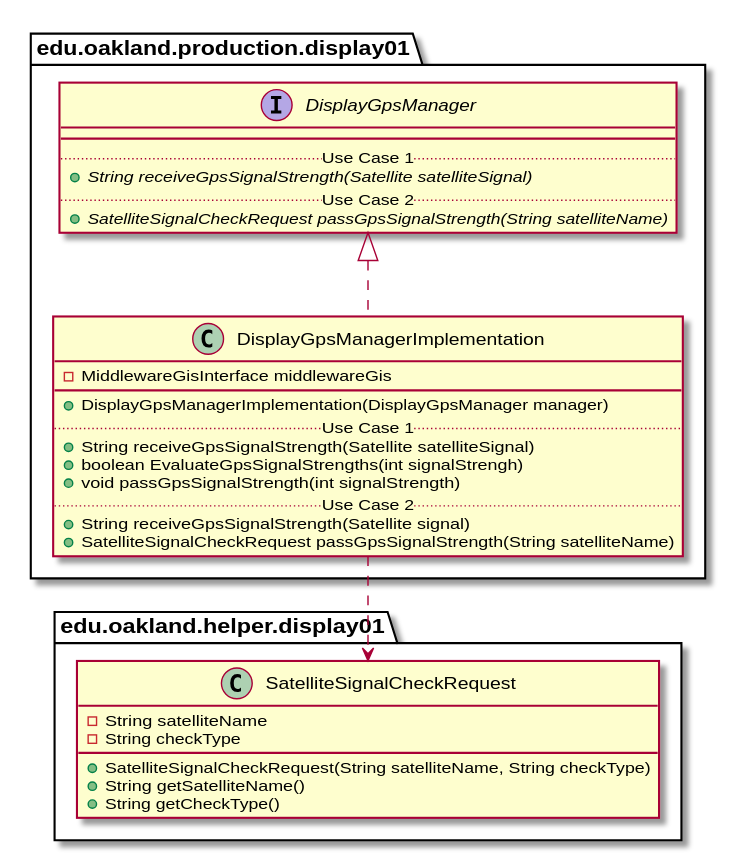
The PlantUML diagram docs/uml-class-diagrams/display01/production/DisplayGpsManagerImplementation/DisplayGpsManagerImplementation_Closure.svg in andrewdimmer/csi-3370-software-project, before a commit.
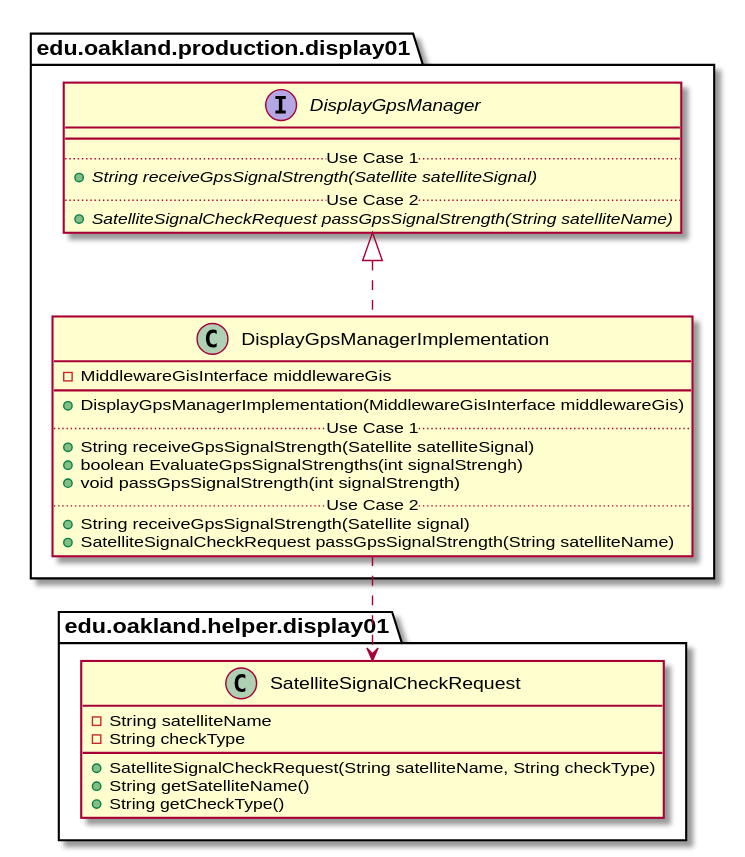
The same diagram one commit later.

The edit, as a diff of the source:
```diff
@@ -5,7 +5,7 @@
   class DisplayGpsManagerImplementation {
     - MiddlewareGisInterface middlewareGis
    __
-    + DisplayGpsManagerImplementation(DisplayGpsManager manager)
+    + DisplayGpsManagerImplementation(MiddlewareGisInterface middlewareGis)
     .. Use Case 1 ..
     + String receiveGpsSignalStrength(Satellite satelliteSignal)
     + boolean EvaluateGpsSignalStrengths(int signalStrengh)
```
